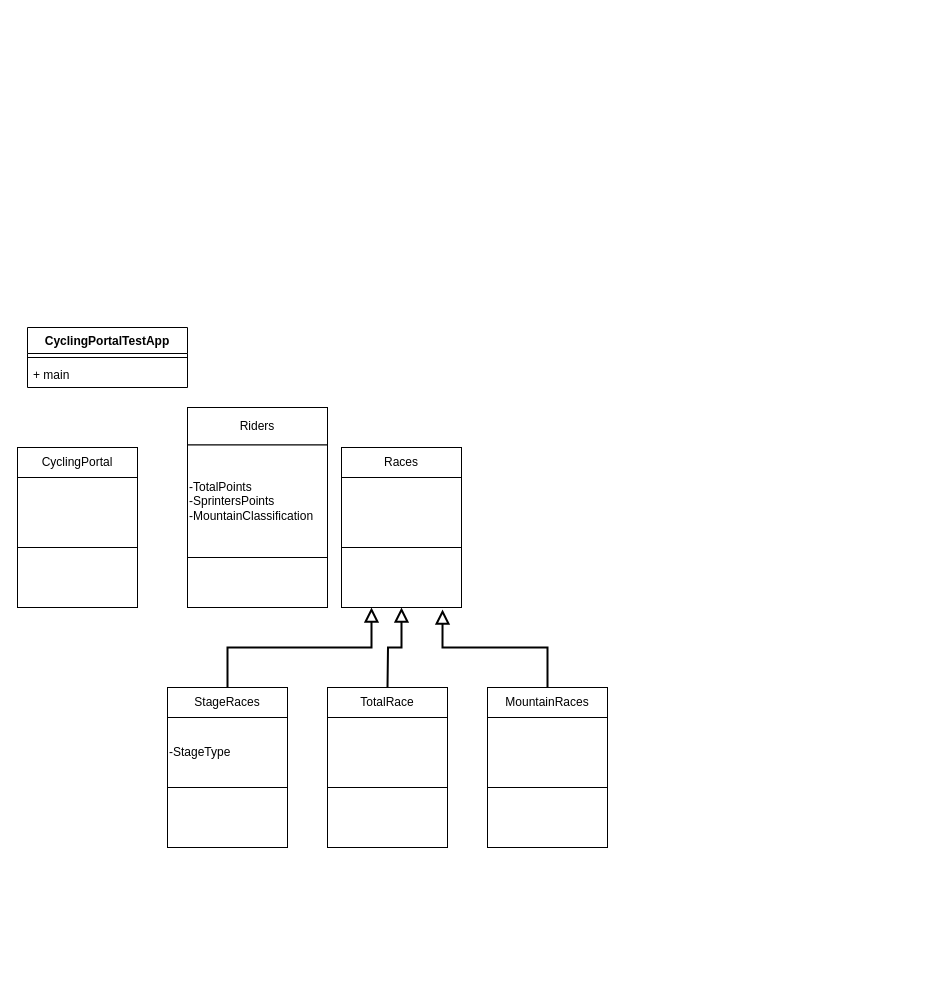
The draw.io diagram OOPCyclingUML.drawio in Negativity7477/Bike-Racing, before the edit. Source tidied: cells renumbered, new cells numbered last; positions are measured from the earlier drawing's top-left corner, leaving out a move shared by most shapes. Both pictures are drawn from the tidied source at 100%, with x=0, y=0 at pixel (17, 327).
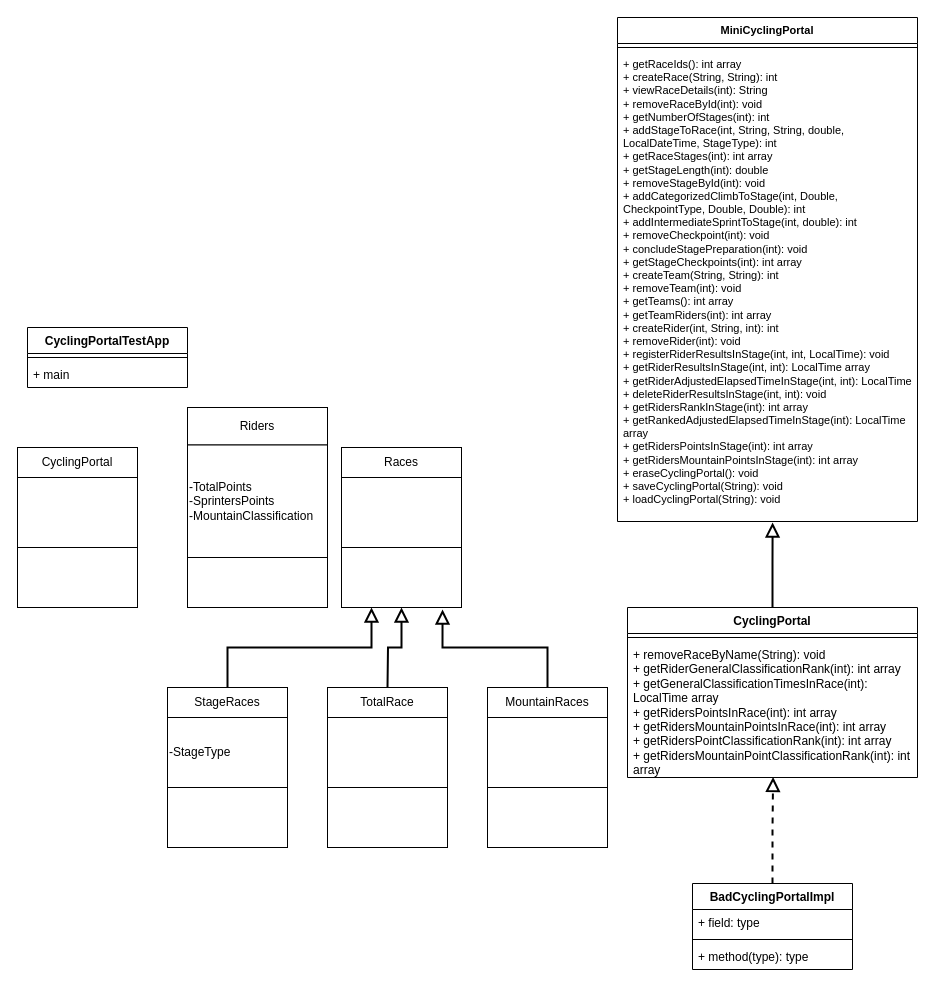
After the change.

Commit message:
Premade Classes are ooped

Change to the diagram source:
```diff
@@
+    <mxCell id="32" value="CyclingPortal" style="swimlane;fontStyle=1;align=center;verticalAlign=top;horizontal=1;startSize=26;whiteSpace=wrap;html=1;" parent="1" vertex="1">
+      <mxGeometry x="610" y="280" width="290" height="170" as="geometry" />
+    </mxCell>
+    <mxCell id="33" style="line;strokeWidth=1;fillColor=none;align=left;verticalAlign=middle;spacingTop=-1;spacingLeft=3;spacingRight=3;labelPosition=right;strokeColor=inherit;" parent="32" vertex="1">
+      <mxGeometry y="26" width="290" height="8" as="geometry" />
+    </mxCell>
+    <mxCell id="34" value="+ removeRaceByName(String): void&lt;br&gt;+ getRiderGeneralClassificationRank(int): int array&lt;br&gt;+ getGeneralClassificationTimesInRace(int): LocalTime array&lt;br&gt;+ getRidersPointsInRace(int): int array&lt;br&gt;+ getRidersMountainPointsInRace(int): int array&lt;br&gt;+ getRidersPointClassificationRank(int): int array&lt;br&gt;+ getRidersMountainPointClassificationRank(int): int array" style="text;strokeColor=none;fillColor=none;align=left;verticalAlign=top;spacingLeft=4;spacingRight=4;overflow=hidden;points=[[0,0.5],[1,0.5]];portConstraint=eastwest;whiteSpace=wrap;html=1;" parent="32" vertex="1">
+      <mxGeometry y="34" width="290" height="136" as="geometry" />
+    </mxCell>
+    <mxCell id="35" style="edgeStyle=orthogonalEdgeStyle;rounded=0;jettySize=auto;html=1;exitX=0.5;exitY=0;exitDx=0;exitDy=0;strokeColor=default;strokeWidth=2;align=center;verticalAlign=middle;fontFamily=Helvetica;fontSize=11;fontColor=default;labelBackgroundColor=default;startSize=10;endArrow=block;endFill=0;endSize=10;dashed=1;entryX=0.502;entryY=0.996;entryDx=0;entryDy=0;entryPerimeter=0;" parent="1" edge="1" source="36" target="34">
+      <mxGeometry relative="1" as="geometry" />
+    </mxCell>
+    <mxCell id="36" value="BadCyclingPortalImpl" style="swimlane;fontStyle=1;align=center;verticalAlign=top;horizontal=1;startSize=26;whiteSpace=wrap;html=1;" parent="1" vertex="1">
+      <mxGeometry x="675" y="556" width="160" height="86" as="geometry" />
+    </mxCell>
+    <mxCell id="37" value="+ field: type" style="text;strokeColor=none;fillColor=none;align=left;verticalAlign=top;spacingLeft=4;spacingRight=4;overflow=hidden;whiteSpace=wrap;html=1;" parent="36" vertex="1">
+      <mxGeometry y="26" width="160" height="26" as="geometry" />
+    </mxCell>
+    <mxCell id="38" style="line;strokeWidth=1;fillColor=none;align=left;verticalAlign=middle;spacingTop=-1;spacingLeft=3;spacingRight=3;labelPosition=right;strokeColor=inherit;" parent="36" vertex="1">
+      <mxGeometry y="52" width="160" height="8" as="geometry" />
+    </mxCell>
+    <mxCell id="39" value="+ method(type): type" style="text;strokeColor=none;fillColor=none;align=left;verticalAlign=top;spacingLeft=4;spacingRight=4;overflow=hidden;whiteSpace=wrap;html=1;" parent="36" vertex="1">
+      <mxGeometry y="60" width="160" height="26" as="geometry" />
+    </mxCell>
+    <mxCell id="40" value="MiniCyclingPortal" style="swimlane;fontStyle=1;align=center;verticalAlign=top;horizontal=1;startSize=26;whiteSpace=wrap;html=1;fontFamily=Helvetica;fontSize=11;fontColor=default;labelBackgroundColor=default;" parent="1" vertex="1">
+      <mxGeometry x="600" y="-310" width="300" height="504" as="geometry" />
+    </mxCell>
+    <mxCell id="41" style="line;strokeWidth=1;fillColor=none;align=left;verticalAlign=middle;spacingTop=-1;spacingLeft=3;spacingRight=3;labelPosition=right;strokeColor=inherit;fontFamily=Helvetica;fontSize=11;fontColor=default;labelBackgroundColor=default;" parent="40" vertex="1">
+      <mxGeometry y="26" width="300" height="8" as="geometry" />
+    </mxCell>
+    <mxCell id="42" value="+ getRaceIds(): int array&lt;br&gt;+ createRace(String, String): int&lt;br&gt;+ viewRaceDetails(int): String&lt;br&gt;+ removeRaceById(int): void&lt;br&gt;+ getNumberOfStages(int): int&lt;br&gt;+ addStageToRace(int, String, String, double, LocalDateTime, StageType): int&lt;br&gt;+ getRaceStages(int): int array&lt;div&gt;+ getStageLength(int): double&lt;/div&gt;&lt;div&gt;+ removeStageById(int): void&lt;/div&gt;&lt;div&gt;+ addCategorizedClimbToStage(int, Double, CheckpointType, Double, Double): int&lt;/div&gt;&lt;div&gt;+ addIntermediateSprintToStage(int, double): int&lt;/div&gt;&lt;div&gt;+ removeCheckpoint(int): void&lt;/div&gt;&lt;div&gt;+ concludeStagePreparation(int): void&lt;/div&gt;&lt;div&gt;+ getStageCheckpoints(int): int array&lt;/div&gt;&lt;div&gt;+ createTeam(String, String): int&lt;/div&gt;&lt;div&gt;+ removeTeam(int): void&lt;/div&gt;&lt;div&gt;+ getTeams(): int array&lt;/div&gt;&lt;div&gt;+ getTeamRiders(int): int array&lt;/div&gt;&lt;div&gt;+ createRider(int, String, int): int&lt;/div&gt;&lt;div&gt;+ removeRider(int): void&lt;/div&gt;&lt;div&gt;+ registerRiderResultsInStage(int, int, LocalTime): void&lt;/div&gt;&lt;div&gt;+ getRiderResultsInStage(int, int): LocalTime array&lt;/div&gt;&lt;div&gt;+ getRiderAdjustedElapsedTimeInStage(int, int): LocalTime&lt;/div&gt;&lt;div&gt;+ deleteRiderResultsInStage(int, int): void&lt;/div&gt;&lt;div&gt;+ getRidersRankInStage(int): int array&lt;/div&gt;&lt;div&gt;+ getRankedAdjustedElapsedTimeInStage(int): LocalTime array&lt;/div&gt;&lt;div&gt;+ getRidersPointsInStage(int): int array&lt;/div&gt;&lt;div&gt;+ getRidersMountainPointsInStage(int): int array&lt;/div&gt;&lt;div&gt;+ eraseCyclingPortal(): void&lt;/div&gt;&lt;div&gt;+ saveCyclingPortal(String): void&lt;/div&gt;&lt;div&gt;+ loadCyclingPortal(String): void&lt;/div&gt;&lt;div&gt;&lt;br&gt;&lt;/div&gt;" style="text;strokeColor=none;fillColor=none;align=left;verticalAlign=top;spacingLeft=4;spacingRight=4;overflow=hidden;points=[[0,0.5],[1,0.5]];portConstraint=eastwest;whiteSpace=wrap;html=1;fontFamily=Helvetica;fontSize=11;fontColor=default;labelBackgroundColor=default;" parent="40" vertex="1">
+      <mxGeometry y="34" width="300" height="470" as="geometry" />
+    </mxCell>
+    <mxCell id="43" style="edgeStyle=orthogonalEdgeStyle;rounded=0;jettySize=auto;html=1;exitX=0.5;exitY=0;exitDx=0;exitDy=0;entryX=0.517;entryY=1.002;entryDx=0;entryDy=0;entryPerimeter=0;strokeColor=default;strokeWidth=2;align=center;verticalAlign=middle;fontFamily=Helvetica;fontSize=11;fontColor=default;labelBackgroundColor=default;startSize=10;endArrow=block;endFill=0;endSize=10;" parent="1" edge="1" source="32" target="42">
+      <mxGeometry relative="1" as="geometry" />
+    </mxCell>
```
